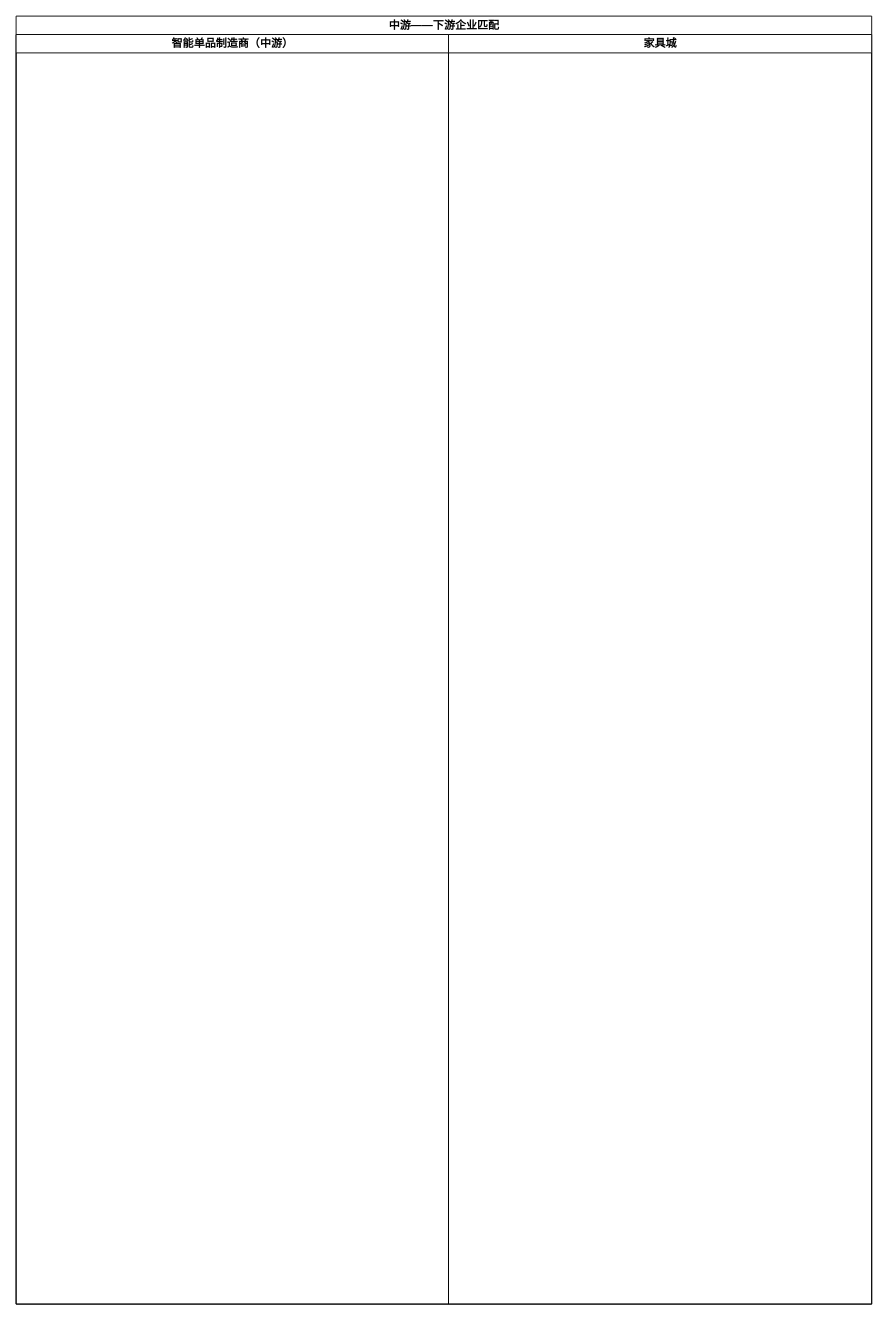
2919282119/charts keeps this draw.io diagram as 毕设活动图2——中下游匹配.drawio. Above is the earlier version. Source tidied: cells renumbered, new cells numbered last; positions are measured from the earlier drawing's top-left corner, leaving out a move shared by most shapes. Both pictures are drawn from the tidied source at 92%, with x=0, y=0 at pixel (16, 16).
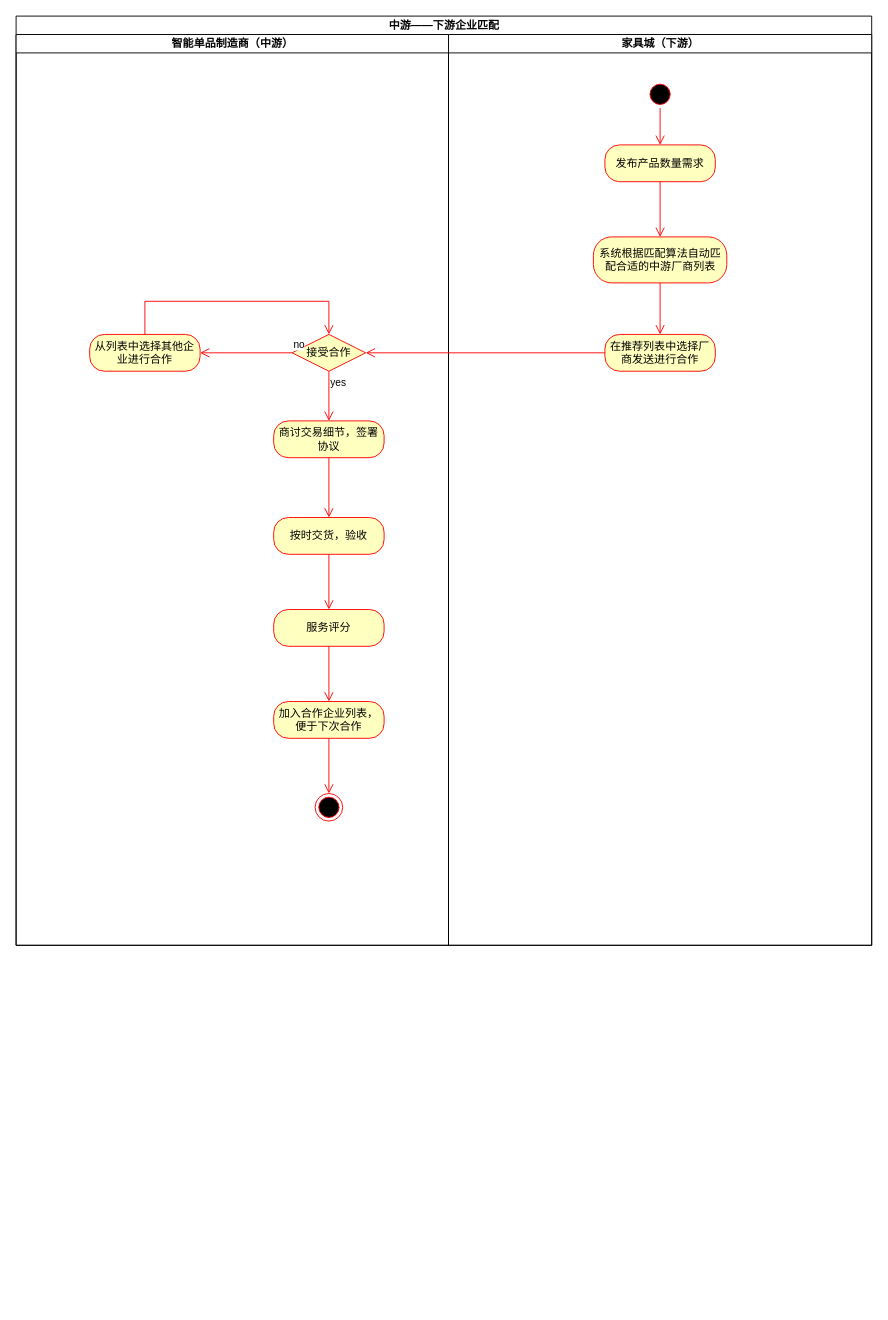
The same diagram, later.

Commit message:
更新毕设活动图2——中下游匹配.drawio

Diff of the diagram source:
```diff
@@
     <mxCell id="2" value="中游——下游企业匹配" style="swimlane;startSize=20;html=1;" parent="1" vertex="1">
-      <mxGeometry width="930" height="1400" as="geometry" />
+      <mxGeometry width="930" height="1010" as="geometry" />
     </mxCell>
     <mxCell id="3" value="智能单品制造商（中游）" style="swimlane;startSize=20;html=1;" parent="2" vertex="1">
-      <mxGeometry y="20" width="470" height="1380" as="geometry" />
+      <mxGeometry y="20" width="470" height="990" as="geometry" />
     </mxCell>
+    <mxCell id="5" value="接受合作" style="rhombus;whiteSpace=wrap;html=1;fontColor=#000000;fillColor=#ffffc0;strokeColor=#ff0000;" parent="3" vertex="1">
+      <mxGeometry x="300" y="326" width="80" height="40" as="geometry" />
+    </mxCell>
+    <mxCell id="6" value="no" style="edgeStyle=orthogonalEdgeStyle;html=1;align=left;verticalAlign=bottom;endArrow=open;endSize=8;strokeColor=#ff0000;rounded=0;entryX=1;entryY=0.5;entryDx=0;entryDy=0;" parent="3" edge="1" source="5" target="8">
+      <mxGeometry x="-1" relative="1" as="geometry" />
+    </mxCell>
+    <mxCell id="7" value="yes" style="edgeStyle=orthogonalEdgeStyle;html=1;align=left;verticalAlign=top;endArrow=open;endSize=8;strokeColor=#ff0000;rounded=0;entryX=0.5;entryY=0;entryDx=0;entryDy=0;" parent="3" edge="1" source="5" target="10">
+      <mxGeometry x="-1" relative="1" as="geometry" />
+    </mxCell>
+    <mxCell id="8" value="从列表中选择其他企业进行合作" style="rounded=1;whiteSpace=wrap;html=1;arcSize=40;fontColor=#000000;fillColor=#ffffc0;strokeColor=#ff0000;" parent="3" vertex="1">
+      <mxGeometry x="80" y="326" width="120" height="40" as="geometry" />
+    </mxCell>
+    <mxCell id="9" style="edgeStyle=orthogonalEdgeStyle;html=1;verticalAlign=bottom;endArrow=open;endSize=8;strokeColor=#ff0000;rounded=0;entryX=0.5;entryY=0;entryDx=0;entryDy=0;" parent="3" edge="1" source="8" target="5">
+      <mxGeometry relative="1" as="geometry">
+        <Array as="points">
+          <mxPoint x="140" y="290" />
+          <mxPoint x="340" y="290" />
+        </Array>
+      </mxGeometry>
+    </mxCell>
+    <mxCell id="10" value="商讨交易细节，签署协议" style="rounded=1;whiteSpace=wrap;html=1;arcSize=40;fontColor=#000000;fillColor=#ffffc0;strokeColor=#ff0000;" parent="3" vertex="1">
+      <mxGeometry x="280" y="420" width="120" height="40" as="geometry" />
+    </mxCell>
+    <mxCell id="11" style="edgeStyle=orthogonalEdgeStyle;html=1;verticalAlign=bottom;endArrow=open;endSize=8;strokeColor=#ff0000;rounded=0;entryX=0.5;entryY=0;entryDx=0;entryDy=0;" parent="3" edge="1" source="10" target="12">
+      <mxGeometry relative="1" as="geometry" />
+    </mxCell>
+    <mxCell id="12" value="按时交货，验收" style="rounded=1;whiteSpace=wrap;html=1;arcSize=40;fontColor=#000000;fillColor=#ffffc0;strokeColor=#ff0000;" parent="3" vertex="1">
+      <mxGeometry x="280" y="525" width="120" height="40" as="geometry" />
+    </mxCell>
+    <mxCell id="13" style="edgeStyle=orthogonalEdgeStyle;html=1;verticalAlign=bottom;endArrow=open;endSize=8;strokeColor=#ff0000;rounded=0;" parent="3" edge="1" source="12">
+      <mxGeometry relative="1" as="geometry">
+        <mxPoint x="340" y="625" as="targetPoint" />
+      </mxGeometry>
+    </mxCell>
+    <mxCell id="14" value="服务评分" style="rounded=1;whiteSpace=wrap;html=1;arcSize=40;fontColor=#000000;fillColor=#ffffc0;strokeColor=#ff0000;" parent="3" vertex="1">
+      <mxGeometry x="280" y="625" width="120" height="40" as="geometry" />
+    </mxCell>
+    <mxCell id="15" style="edgeStyle=orthogonalEdgeStyle;html=1;verticalAlign=bottom;endArrow=open;endSize=8;strokeColor=#ff0000;rounded=0;" parent="3" edge="1" source="14">
+      <mxGeometry relative="1" as="geometry">
+        <mxPoint x="340" y="725" as="targetPoint" />
+      </mxGeometry>
+    </mxCell>
+    <mxCell id="16" value="加入合作企业列表，便于下次合作" style="rounded=1;whiteSpace=wrap;html=1;arcSize=40;fontColor=#000000;fillColor=#ffffc0;strokeColor=#ff0000;" parent="3" vertex="1">
+      <mxGeometry x="280" y="725" width="120" height="40" as="geometry" />
+    </mxCell>
+    <mxCell id="17" style="edgeStyle=orthogonalEdgeStyle;html=1;verticalAlign=bottom;endArrow=open;endSize=8;strokeColor=#ff0000;rounded=0;" parent="3" edge="1" source="16">
+      <mxGeometry relative="1" as="geometry">
+        <mxPoint x="340" y="825" as="targetPoint" />
+      </mxGeometry>
+    </mxCell>
+    <mxCell id="18" style="ellipse;html=1;shape=endState;fillColor=#000000;strokeColor=#ff0000;" parent="3" vertex="1">
+      <mxGeometry x="325" y="825" width="30" height="30" as="geometry" />
+    </mxCell>
-    <mxCell id="4" value="家具城" style="swimlane;startSize=20;html=1;" parent="2" vertex="1">
-      <mxGeometry x="470" y="20" width="460" height="1380" as="geometry" />
+    <mxCell id="4" value="家具城（下游）" style="swimlane;startSize=20;html=1;" parent="2" vertex="1">
+      <mxGeometry x="470" y="20" width="460" height="990" as="geometry" />
     </mxCell>
+    <mxCell id="19" style="ellipse;html=1;shape=startState;fillColor=#000000;strokeColor=#ff0000;" parent="4" vertex="1">
+      <mxGeometry x="215" y="50" width="30" height="30" as="geometry" />
+    </mxCell>
+    <mxCell id="20" style="edgeStyle=orthogonalEdgeStyle;html=1;verticalAlign=bottom;endArrow=open;endSize=8;strokeColor=#ff0000;rounded=0;entryX=0.5;entryY=0;entryDx=0;entryDy=0;" parent="4" edge="1" source="19" target="21">
+      <mxGeometry relative="1" as="geometry" />
+    </mxCell>
+    <mxCell id="21" value="发布产品数量需求" style="rounded=1;whiteSpace=wrap;html=1;arcSize=40;fontColor=#000000;fillColor=#ffffc0;strokeColor=#ff0000;" parent="4" vertex="1">
+      <mxGeometry x="170" y="120" width="120" height="40" as="geometry" />
+    </mxCell>
+    <mxCell id="22" style="edgeStyle=orthogonalEdgeStyle;html=1;verticalAlign=bottom;endArrow=open;endSize=8;strokeColor=#ff0000;rounded=0;entryX=0.5;entryY=0;entryDx=0;entryDy=0;" parent="4" edge="1" source="21" target="23">
+      <mxGeometry relative="1" as="geometry" />
+    </mxCell>
+    <mxCell id="23" value="系统根据匹配算法自动匹配合适的中游厂商列表" style="rounded=1;whiteSpace=wrap;html=1;arcSize=40;fontColor=#000000;fillColor=#ffffc0;strokeColor=#ff0000;" parent="4" vertex="1">
+      <mxGeometry x="157.5" y="220" width="145" height="50" as="geometry" />
+    </mxCell>
+    <mxCell id="24" style="edgeStyle=orthogonalEdgeStyle;html=1;verticalAlign=bottom;endArrow=open;endSize=8;strokeColor=#ff0000;rounded=0;entryX=0.5;entryY=0;entryDx=0;entryDy=0;" parent="4" edge="1" source="23" target="25">
+      <mxGeometry relative="1" as="geometry" />
+    </mxCell>
+    <mxCell id="25" value="在推荐列表中选择厂商发送进行合作" style="rounded=1;whiteSpace=wrap;html=1;arcSize=40;fontColor=#000000;fillColor=#ffffc0;strokeColor=#ff0000;" parent="4" vertex="1">
+      <mxGeometry x="170" y="326" width="120" height="40" as="geometry" />
+    </mxCell>
+    <mxCell id="26" style="edgeStyle=orthogonalEdgeStyle;html=1;verticalAlign=bottom;endArrow=open;endSize=8;strokeColor=#ff0000;rounded=0;entryX=1;entryY=0.5;entryDx=0;entryDy=0;" parent="2" edge="1" source="25" target="5">
+      <mxGeometry relative="1" as="geometry" />
+    </mxCell>
```
